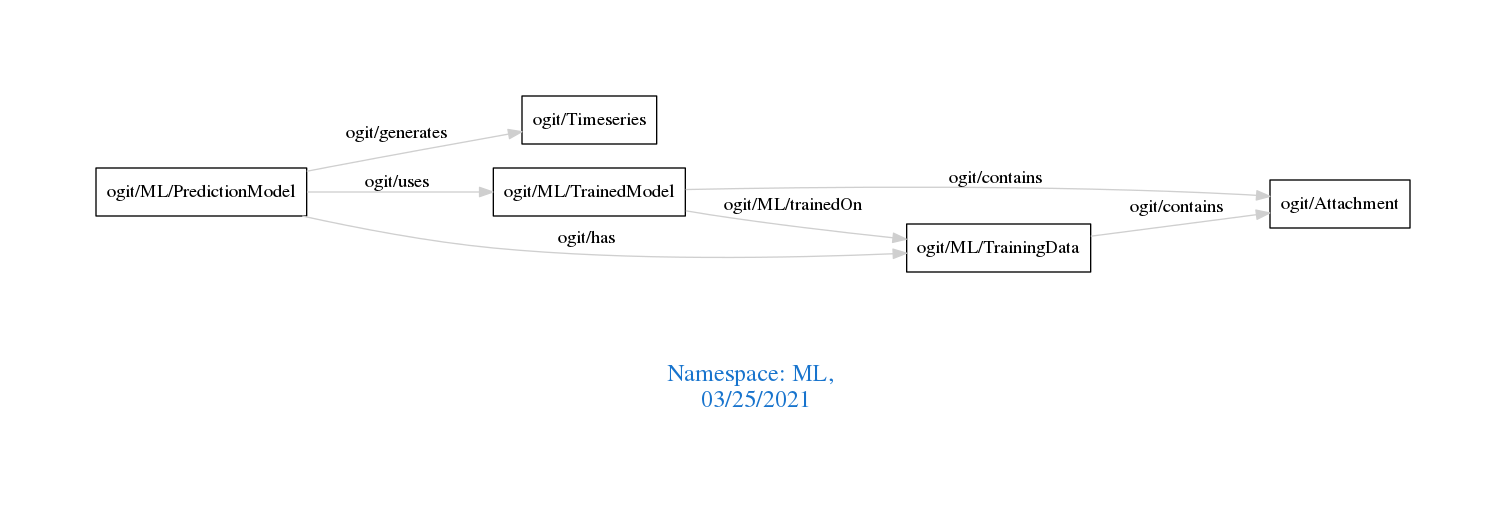
The Graphviz diagram downloads/ML.png in arago/OGIT, before a commit. Its source is kept beside it as downloads/ML.dot.
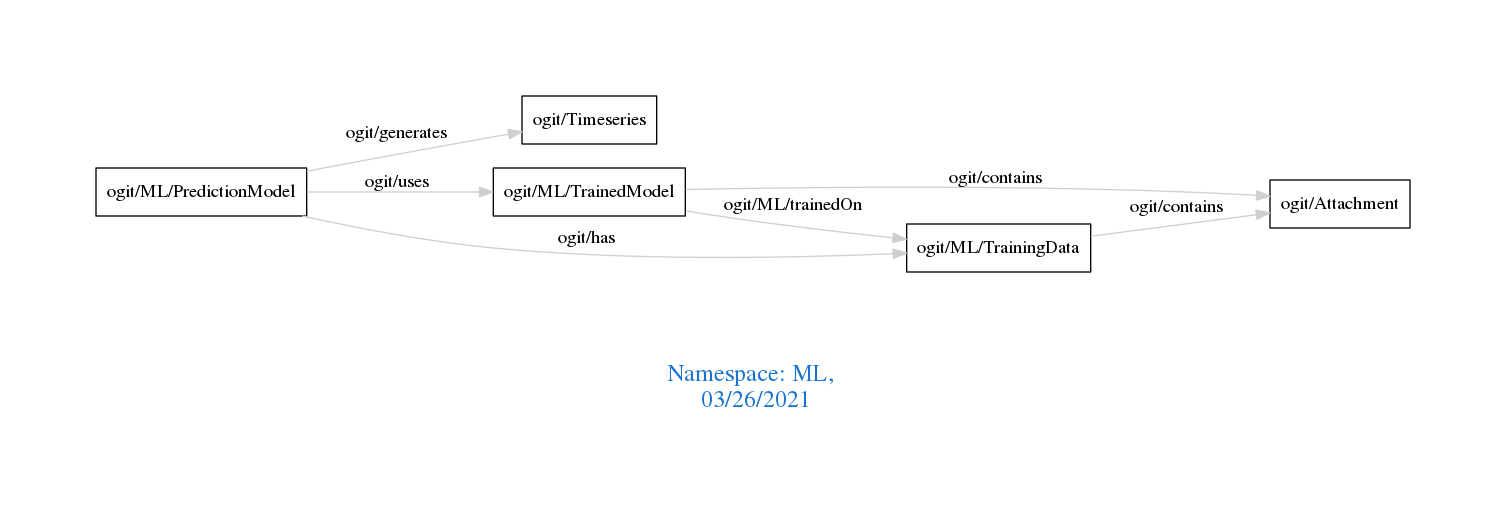
The same diagram one commit later.

What changed in the source:
```diff
@@ -1,7 +1,7 @@
 digraph OGIT_ontology {
  graph [ rankdir= LR,pad=1
 fontsize = 18,
-fontcolor= dodgerblue3,label = "\n\n\nNamespace: ML, \n 03/25/2021"];
+fontcolor= dodgerblue3,label = "\n\n\nNamespace: ML, \n 03/26/2021"];
 node[shape=polygon];
 edge [  color="gray81"];
 
```
